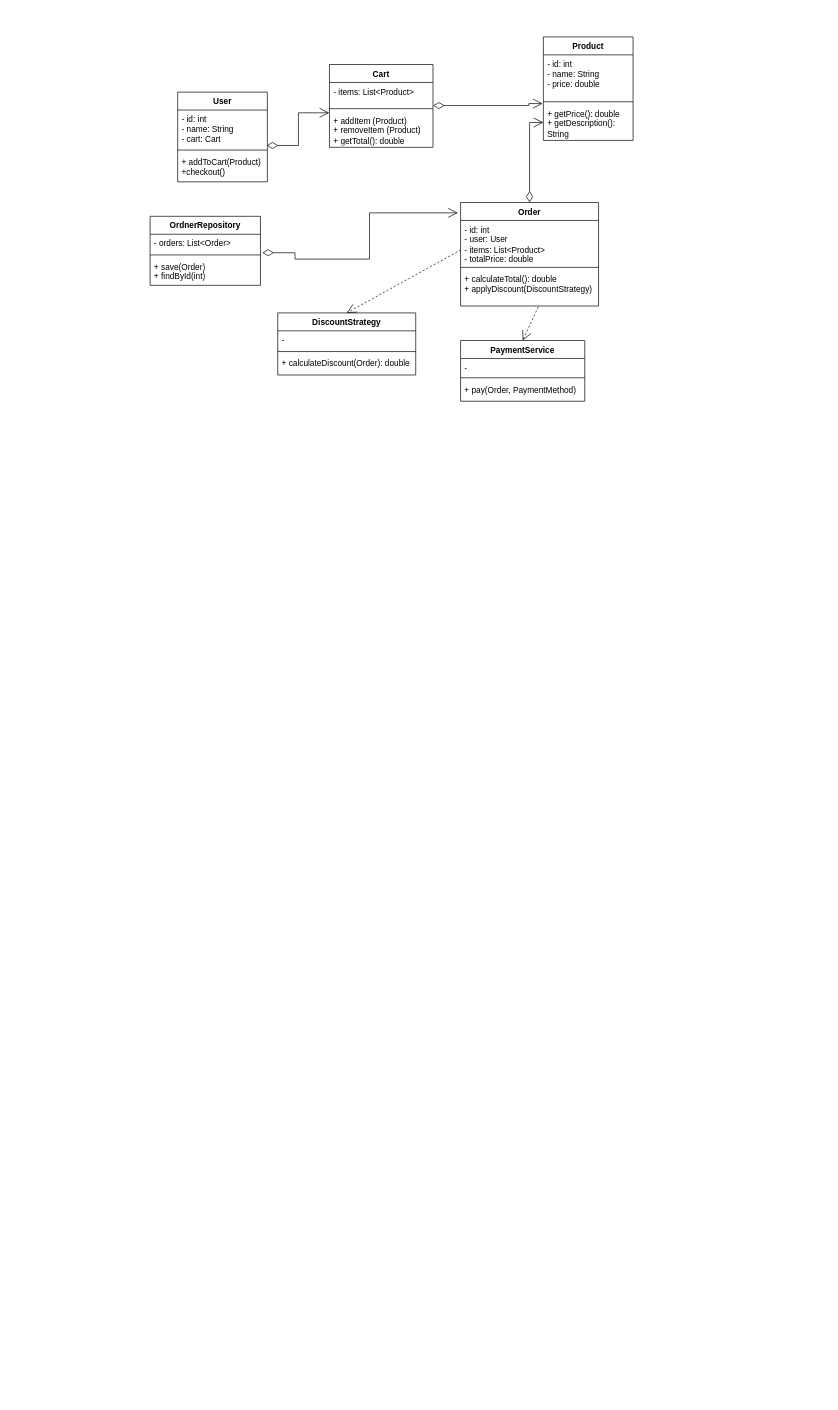
The draw.io diagram ownProjekt-Daphne/M4 - Daphne/UML-Klassdiagramm.drawio in daphne-edutbz/M320_Daphne-McNamara_Lisa-Meergans, before the edit. Source tidied: cells renumbered, new cells numbered last; positions are measured from the earlier drawing's top-left corner, leaving out a move shared by most shapes. Both pictures are drawn from the tidied source at 69%, with x=0, y=0 at pixel (150, 37).
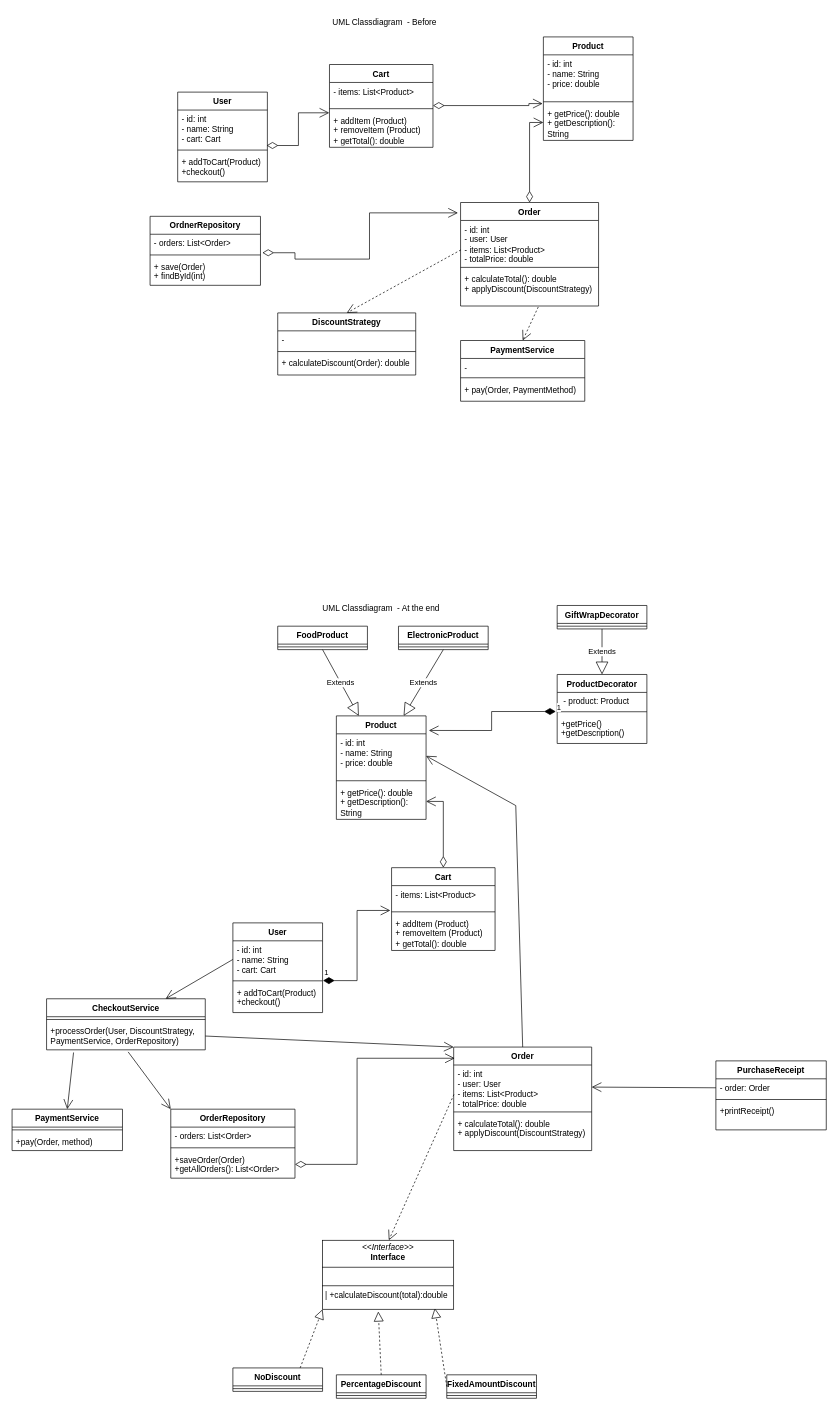
The same page after the edit.

Commit message:
update uml-classdiagram

Change to the diagram source:
```diff
@@
+    <mxCell id="36" value="UML Classdiagram&amp;nbsp; - Before" style="text;html=1;whiteSpace=wrap;strokeColor=none;fillColor=none;align=center;verticalAlign=middle;rounded=0;" parent="1" vertex="1">
+      <mxGeometry x="240" y="-36" width="200" height="30" as="geometry" />
+    </mxCell>
+    <mxCell id="37" value="UML Classdiagram&amp;nbsp; - At the end" style="text;html=1;whiteSpace=wrap;strokeColor=none;fillColor=none;align=center;verticalAlign=middle;rounded=0;" parent="1" vertex="1">
+      <mxGeometry x="235" y="814" width="200" height="30" as="geometry" />
+    </mxCell>
+    <mxCell id="38" value="Product" style="swimlane;fontStyle=1;align=center;verticalAlign=top;horizontal=1;startSize=26;whiteSpace=wrap;html=1;" parent="1" vertex="1">
+      <mxGeometry x="270" y="984" width="130" height="150" as="geometry" />
+    </mxCell>
+    <mxCell id="39" value="- id: int&lt;div&gt;- name: String&lt;/div&gt;&lt;div&gt;- price: double&lt;/div&gt;" style="text;strokeColor=none;fillColor=none;align=left;verticalAlign=top;spacingLeft=4;spacingRight=4;overflow=hidden;points=[[0,0.5],[1,0.5]];portConstraint=eastwest;whiteSpace=wrap;html=1;" parent="38" vertex="1">
+      <mxGeometry y="26" width="130" height="64" as="geometry" />
+    </mxCell>
+    <mxCell id="40" style="line;strokeWidth=1;fillColor=none;align=left;verticalAlign=middle;spacingTop=-1;spacingLeft=3;spacingRight=3;labelPosition=right;strokeColor=inherit;" parent="38" vertex="1">
+      <mxGeometry y="90" width="130" height="8" as="geometry" />
+    </mxCell>
+    <mxCell id="41" value="&lt;div&gt;&lt;span style=&quot;background-color: transparent; color: light-dark(rgb(0, 0, 0), rgb(255, 255, 255));&quot;&gt;+ getPrice(): double&lt;/span&gt;&lt;/div&gt;&lt;div&gt;&lt;span style=&quot;background-color: transparent; color: light-dark(rgb(0, 0, 0), rgb(255, 255, 255));&quot;&gt;+ getDescription(): String&lt;/span&gt;&lt;/div&gt;" style="text;strokeColor=none;fillColor=none;align=left;verticalAlign=top;spacingLeft=4;spacingRight=4;overflow=hidden;points=[[0,0.5],[1,0.5]];portConstraint=eastwest;whiteSpace=wrap;html=1;" parent="38" vertex="1">
+      <mxGeometry y="98" width="130" height="52" as="geometry" />
+    </mxCell>
+    <mxCell id="42" value="Cart" style="swimlane;fontStyle=1;align=center;verticalAlign=top;horizontal=1;startSize=26;whiteSpace=wrap;html=1;" parent="1" vertex="1">
+      <mxGeometry x="350" y="1204" width="150" height="120" as="geometry" />
+    </mxCell>
+    <mxCell id="43" value="- items: List&amp;lt;Product&amp;gt;" style="text;strokeColor=none;fillColor=none;align=left;verticalAlign=top;spacingLeft=4;spacingRight=4;overflow=hidden;points=[[0,0.5],[1,0.5]];portConstraint=eastwest;whiteSpace=wrap;html=1;" parent="42" vertex="1">
+      <mxGeometry y="26" width="150" height="34" as="geometry" />
+    </mxCell>
+    <mxCell id="44" style="line;strokeWidth=1;fillColor=none;align=left;verticalAlign=middle;spacingTop=-1;spacingLeft=3;spacingRight=3;labelPosition=right;strokeColor=inherit;" parent="42" vertex="1">
+      <mxGeometry y="60" width="150" height="8" as="geometry" />
+    </mxCell>
+    <mxCell id="45" value="+ addItem (Product)&lt;div&gt;+ removeItem (Product)&lt;/div&gt;&lt;div&gt;+ getTotal(): double&lt;/div&gt;" style="text;strokeColor=none;fillColor=none;align=left;verticalAlign=top;spacingLeft=4;spacingRight=4;overflow=hidden;whiteSpace=wrap;html=1;" parent="42" vertex="1">
+      <mxGeometry y="68" width="150" height="52" as="geometry" />
+    </mxCell>
+    <mxCell id="46" value="Order" style="swimlane;fontStyle=1;align=center;verticalAlign=top;horizontal=1;startSize=26;whiteSpace=wrap;html=1;" parent="1" vertex="1">
+      <mxGeometry x="440" y="1464" width="200" height="150" as="geometry" />
+    </mxCell>
+    <mxCell id="47" value="&lt;div&gt;- id: int&amp;nbsp;&lt;/div&gt;&lt;div&gt;- user: User&lt;/div&gt;&lt;div&gt;- items: List&amp;lt;Product&amp;gt;&lt;/div&gt;&lt;div&gt;- totalPrice: double&lt;/div&gt;" style="text;strokeColor=none;fillColor=none;align=left;verticalAlign=top;spacingLeft=4;spacingRight=4;overflow=hidden;points=[[0,0.5],[1,0.5]];portConstraint=eastwest;whiteSpace=wrap;html=1;" parent="46" vertex="1">
+      <mxGeometry y="26" width="200" height="64" as="geometry" />
+    </mxCell>
+    <mxCell id="48" style="line;strokeWidth=1;fillColor=none;align=left;verticalAlign=middle;spacingTop=-1;spacingLeft=3;spacingRight=3;labelPosition=right;strokeColor=inherit;" parent="46" vertex="1">
+      <mxGeometry y="90" width="200" height="8" as="geometry" />
+    </mxCell>
+    <mxCell id="49" value="&lt;div&gt;+ calculateTotal(): double&lt;/div&gt;&lt;div&gt;+ applyDiscount(DiscountStrategy)&lt;/div&gt;" style="text;strokeColor=none;fillColor=none;align=left;verticalAlign=top;spacingLeft=4;spacingRight=4;overflow=hidden;whiteSpace=wrap;html=1;" parent="46" vertex="1">
+      <mxGeometry y="98" width="200" height="52" as="geometry" />
+    </mxCell>
+    <mxCell id="50" value="User" style="swimlane;fontStyle=1;align=center;verticalAlign=top;horizontal=1;startSize=26;whiteSpace=wrap;html=1;" parent="1" vertex="1">
+      <mxGeometry x="120" y="1284" width="130" height="130" as="geometry" />
+    </mxCell>
+    <mxCell id="51" value="&lt;div&gt;- id: int&lt;/div&gt;&lt;div&gt;- name: String&lt;/div&gt;&lt;div&gt;- cart: Cart&lt;/div&gt;" style="text;strokeColor=none;fillColor=none;align=left;verticalAlign=top;spacingLeft=4;spacingRight=4;overflow=hidden;points=[[0,0.5],[1,0.5]];portConstraint=eastwest;whiteSpace=wrap;html=1;" parent="50" vertex="1">
+      <mxGeometry y="26" width="130" height="54" as="geometry" />
+    </mxCell>
+    <mxCell id="52" style="line;strokeWidth=1;fillColor=none;align=left;verticalAlign=middle;spacingTop=-1;spacingLeft=3;spacingRight=3;labelPosition=right;strokeColor=inherit;" parent="50" vertex="1">
+      <mxGeometry y="80" width="130" height="8" as="geometry" />
+    </mxCell>
+    <mxCell id="53" value="&lt;div&gt;+ addToCart(Product)&amp;nbsp;&lt;/div&gt;&lt;div&gt;+checkout()&lt;/div&gt;" style="text;strokeColor=none;fillColor=none;align=left;verticalAlign=top;spacingLeft=4;spacingRight=4;overflow=hidden;points=[[0,0.5],[1,0.5]];portConstraint=eastwest;whiteSpace=wrap;html=1;" parent="50" vertex="1">
+      <mxGeometry y="88" width="130" height="42" as="geometry" />
+    </mxCell>
+    <mxCell id="54" style="endArrow=open;endSize=12;dashed=1;html=1;rounded=0;exitX=0.002;exitY=0.667;exitDx=0;exitDy=0;exitPerimeter=0;" parent="1" edge="1" source="47">
+      <mxGeometry relative="1" as="geometry">
+        <mxPoint x="346.2" y="1744" as="targetPoint" />
+        <Array as="points">
+          <mxPoint x="346" y="1744" />
+        </Array>
+      </mxGeometry>
+    </mxCell>
+    <mxCell id="55" style="endArrow=open;html=1;endSize=12;startArrow=diamondThin;startSize=14;startFill=0;edgeStyle=orthogonalEdgeStyle;align=left;verticalAlign=bottom;rounded=0;entryX=0.008;entryY=0.108;entryDx=0;entryDy=0;entryPerimeter=0;exitX=1;exitY=0.5;exitDx=0;exitDy=0;" parent="1" edge="1" source="81" target="46">
+      <mxGeometry x="-1" y="3" relative="1" as="geometry">
+        <Array as="points">
+          <mxPoint x="300" y="1634" />
+          <mxPoint x="300" y="1480" />
+        </Array>
+      </mxGeometry>
+    </mxCell>
+    <mxCell id="56" value="Extends" style="endArrow=block;endSize=16;endFill=0;html=1;rounded=0;exitX=0.5;exitY=1;exitDx=0;exitDy=0;entryX=0.75;entryY=0;entryDx=0;entryDy=0;" parent="1" edge="1" source="57" target="38">
+      <mxGeometry relative="1" as="geometry" />
+    </mxCell>
+    <mxCell id="57" value="ElectronicProduct" style="swimlane;fontStyle=1;align=center;verticalAlign=top;horizontal=1;startSize=26;whiteSpace=wrap;html=1;" parent="1" vertex="1">
+      <mxGeometry x="360" y="854" width="130" height="34" as="geometry" />
+    </mxCell>
+    <mxCell id="58" style="line;strokeWidth=1;fillColor=none;align=left;verticalAlign=middle;spacingTop=-1;spacingLeft=3;spacingRight=3;labelPosition=right;strokeColor=inherit;" parent="57" vertex="1">
+      <mxGeometry y="26" width="130" height="8" as="geometry" />
+    </mxCell>
+    <mxCell id="59" value="Extends" style="endArrow=block;endSize=16;endFill=0;html=1;rounded=0;exitX=0.5;exitY=1;exitDx=0;exitDy=0;entryX=0.25;entryY=0;entryDx=0;entryDy=0;" parent="1" edge="1" source="60" target="38">
+      <mxGeometry relative="1" as="geometry" />
+    </mxCell>
+    <mxCell id="60" value="FoodProduct" style="swimlane;fontStyle=1;align=center;verticalAlign=top;horizontal=1;startSize=26;whiteSpace=wrap;html=1;" parent="1" vertex="1">
+      <mxGeometry x="185" y="854" width="130" height="34" as="geometry" />
+    </mxCell>
+    <mxCell id="61" style="line;strokeWidth=1;fillColor=none;align=left;verticalAlign=middle;spacingTop=-1;spacingLeft=3;spacingRight=3;labelPosition=right;strokeColor=inherit;" parent="60" vertex="1">
+      <mxGeometry y="26" width="130" height="8" as="geometry" />
+    </mxCell>
+    <mxCell id="62" value="Extends" style="endArrow=block;endSize=16;endFill=0;html=1;rounded=0;exitX=0.5;exitY=1;exitDx=0;exitDy=0;" parent="1" edge="1" source="63" target="74">
+      <mxGeometry relative="1" as="geometry" />
+    </mxCell>
+    <mxCell id="63" value="&lt;code&gt;&lt;font face=&quot;Helvetica&quot;&gt;GiftWrapDecorator&lt;/font&gt;&lt;/code&gt;" style="swimlane;fontStyle=1;align=center;verticalAlign=top;horizontal=1;startSize=26;whiteSpace=wrap;html=1;" parent="1" vertex="1">
+      <mxGeometry x="590" y="824" width="130" height="34" as="geometry" />
+    </mxCell>
+    <mxCell id="64" style="line;strokeWidth=1;fillColor=none;align=left;verticalAlign=middle;spacingTop=-1;spacingLeft=3;spacingRight=3;labelPosition=right;strokeColor=inherit;" parent="63" vertex="1">
+      <mxGeometry y="26" width="130" height="8" as="geometry" />
+    </mxCell>
+    <mxCell id="65" style="endArrow=block;dashed=1;endFill=0;endSize=12;html=1;rounded=0;exitX=0.75;exitY=0;exitDx=0;exitDy=0;entryX=0;entryY=1;entryDx=0;entryDy=0;" parent="1" edge="1" source="66" target="101">
+      <mxGeometry relative="1" as="geometry" />
+    </mxCell>
+    <mxCell id="66" value="&lt;code&gt;&lt;font face=&quot;Helvetica&quot;&gt;NoDiscount&lt;/font&gt;&lt;/code&gt;" style="swimlane;fontStyle=1;align=center;verticalAlign=top;horizontal=1;startSize=26;whiteSpace=wrap;html=1;" parent="1" vertex="1">
+      <mxGeometry x="120" y="1929" width="130" height="34" as="geometry" />
+    </mxCell>
+    <mxCell id="67" style="line;strokeWidth=1;fillColor=none;align=left;verticalAlign=middle;spacingTop=-1;spacingLeft=3;spacingRight=3;labelPosition=right;strokeColor=inherit;" parent="66" vertex="1">
+      <mxGeometry y="26" width="130" height="8" as="geometry" />
+    </mxCell>
+    <mxCell id="68" value="&lt;code&gt;&lt;font face=&quot;Helvetica&quot;&gt;PercentageDiscount&lt;/font&gt;&lt;/code&gt;" style="swimlane;fontStyle=1;align=center;verticalAlign=top;horizontal=1;startSize=26;whiteSpace=wrap;html=1;" parent="1" vertex="1">
+      <mxGeometry x="270" y="1939" width="130" height="34" as="geometry" />
+    </mxCell>
+    <mxCell id="69" style="line;strokeWidth=1;fillColor=none;align=left;verticalAlign=middle;spacingTop=-1;spacingLeft=3;spacingRight=3;labelPosition=right;strokeColor=inherit;" parent="68" vertex="1">
+      <mxGeometry y="26" width="130" height="8" as="geometry" />
+    </mxCell>
+    <mxCell id="70" value="&lt;code&gt;&lt;font face=&quot;Helvetica&quot;&gt;FixedAmountDiscount&lt;/font&gt;&lt;/code&gt;" style="swimlane;fontStyle=1;align=center;verticalAlign=top;horizontal=1;startSize=26;whiteSpace=wrap;html=1;" parent="1" vertex="1">
+      <mxGeometry x="430" y="1939" width="130" height="34" as="geometry" />
+    </mxCell>
+    <mxCell id="71" style="line;strokeWidth=1;fillColor=none;align=left;verticalAlign=middle;spacingTop=-1;spacingLeft=3;spacingRight=3;labelPosition=right;strokeColor=inherit;" parent="70" vertex="1">
+      <mxGeometry y="26" width="130" height="8" as="geometry" />
+    </mxCell>
+    <mxCell id="72" style="endArrow=block;dashed=1;endFill=0;endSize=12;html=1;rounded=0;entryX=0.425;entryY=1.032;entryDx=0;entryDy=0;exitX=0.5;exitY=0;exitDx=0;exitDy=0;entryPerimeter=0;" parent="1" edge="1" source="68" target="101">
+      <mxGeometry relative="1" as="geometry" />
+    </mxCell>
+    <mxCell id="73" style="endArrow=block;dashed=1;endFill=0;endSize=12;html=1;rounded=0;exitX=0;exitY=0.5;exitDx=0;exitDy=0;entryX=0.856;entryY=0.984;entryDx=0;entryDy=0;entryPerimeter=0;" parent="1" edge="1" source="70" target="101">
+      <mxGeometry relative="1" as="geometry" />
+    </mxCell>
+    <mxCell id="74" value="ProductDecorator" style="swimlane;fontStyle=1;align=center;verticalAlign=top;horizontal=1;startSize=26;whiteSpace=wrap;html=1;" parent="1" vertex="1">
+      <mxGeometry x="590" y="924" width="130" height="100" as="geometry" />
+    </mxCell>
+    <mxCell id="75" value="&lt;div&gt;&amp;nbsp;- product: Product&amp;nbsp; &amp;nbsp;&lt;/div&gt;" style="text;strokeColor=none;fillColor=none;align=left;verticalAlign=top;spacingLeft=4;spacingRight=4;overflow=hidden;whiteSpace=wrap;html=1;" parent="74" vertex="1">
+      <mxGeometry y="26" width="130" height="24" as="geometry" />
+    </mxCell>
+    <mxCell id="76" style="line;strokeWidth=1;fillColor=none;align=left;verticalAlign=middle;spacingTop=-1;spacingLeft=3;spacingRight=3;labelPosition=right;strokeColor=inherit;" parent="74" vertex="1">
+      <mxGeometry y="50" width="130" height="8" as="geometry" />
+    </mxCell>
+    <mxCell id="77" value="&lt;div&gt;+getPrice()&amp;nbsp; &amp;nbsp; &lt;span style=&quot;background-color: transparent; color: light-dark(rgb(0, 0, 0), rgb(255, 255, 255));&quot;&gt;+getDescription()&amp;nbsp;&lt;/span&gt;&lt;/div&gt;" style="text;strokeColor=none;fillColor=none;align=left;verticalAlign=top;spacingLeft=4;spacingRight=4;overflow=hidden;points=[[0,0.5],[1,0.5]];portConstraint=eastwest;whiteSpace=wrap;html=1;" parent="74" vertex="1">
+      <mxGeometry y="58" width="130" height="42" as="geometry" />
+    </mxCell>
+    <mxCell id="78" value="OrderRepository" style="swimlane;fontStyle=1;align=center;verticalAlign=top;horizontal=1;startSize=26;whiteSpace=wrap;html=1;" parent="1" vertex="1">
+      <mxGeometry x="30" y="1554" width="180" height="100" as="geometry" />
+    </mxCell>
+    <mxCell id="79" value="&lt;div&gt;- orders: List&amp;lt;Order&amp;gt;&lt;/div&gt;&lt;div&gt;&lt;br&gt;&lt;/div&gt;" style="text;strokeColor=none;fillColor=none;align=left;verticalAlign=top;spacingLeft=4;spacingRight=4;overflow=hidden;whiteSpace=wrap;html=1;" parent="78" vertex="1">
+      <mxGeometry y="26" width="180" height="26" as="geometry" />
+    </mxCell>
+    <mxCell id="80" style="line;strokeWidth=1;fillColor=none;align=left;verticalAlign=middle;spacingTop=-1;spacingLeft=3;spacingRight=3;labelPosition=right;strokeColor=inherit;" parent="78" vertex="1">
+      <mxGeometry y="52" width="180" height="8" as="geometry" />
+    </mxCell>
+    <mxCell id="81" value="+saveOrder(Order)&amp;nbsp;&lt;div&gt;&lt;span style=&quot;color: light-dark(rgb(0, 0, 0), rgb(255, 255, 255)); background-color: transparent;&quot;&gt;+getAllOrders(): List&amp;lt;Order&amp;gt;&lt;/span&gt;&lt;/div&gt;" style="text;strokeColor=none;fillColor=none;align=left;verticalAlign=top;spacingLeft=4;spacingRight=4;overflow=hidden;points=[[0,0.5],[1,0.5]];portConstraint=eastwest;whiteSpace=wrap;html=1;" parent="78" vertex="1">
+      <mxGeometry y="60" width="180" height="40" as="geometry" />
+    </mxCell>
+    <mxCell id="82" value="PaymentService" style="swimlane;fontStyle=1;align=center;verticalAlign=top;horizontal=1;startSize=26;whiteSpace=wrap;html=1;" parent="1" vertex="1">
+      <mxGeometry x="-200" y="1554" width="160" height="60" as="geometry" />
+    </mxCell>
+    <mxCell id="83" style="line;strokeWidth=1;fillColor=none;align=left;verticalAlign=middle;spacingTop=-1;spacingLeft=3;spacingRight=3;labelPosition=right;strokeColor=inherit;" parent="82" vertex="1">
+      <mxGeometry y="26" width="160" height="8" as="geometry" />
+    </mxCell>
+    <mxCell id="84" value="+pay(Order, method)" style="text;strokeColor=none;fillColor=none;align=left;verticalAlign=top;spacingLeft=4;spacingRight=4;overflow=hidden;whiteSpace=wrap;html=1;" parent="82" vertex="1">
+      <mxGeometry y="34" width="160" height="26" as="geometry" />
+    </mxCell>
+    <mxCell id="85" value="CheckoutService" style="swimlane;fontStyle=1;align=center;verticalAlign=top;horizontal=1;startSize=26;whiteSpace=wrap;html=1;" parent="1" vertex="1">
+      <mxGeometry x="-150" y="1394" width="230" height="74" as="geometry" />
+    </mxCell>
+    <mxCell id="86" style="line;strokeWidth=1;fillColor=none;align=left;verticalAlign=middle;spacingTop=-1;spacingLeft=3;spacingRight=3;labelPosition=right;strokeColor=inherit;" parent="85" vertex="1">
+      <mxGeometry y="26" width="230" height="8" as="geometry" />
+    </mxCell>
+    <mxCell id="87" value="+processOrder(User, DiscountStrategy, PaymentService, OrderRepository)" style="text;strokeColor=none;fillColor=none;align=left;verticalAlign=top;spacingLeft=4;spacingRight=4;overflow=hidden;points=[[0,0.5],[1,0.5]];portConstraint=eastwest;whiteSpace=wrap;html=1;" parent="85" vertex="1">
+      <mxGeometry y="34" width="230" height="40" as="geometry" />
+    </mxCell>
+    <mxCell id="88" value="1" style="endArrow=open;html=1;endSize=12;startArrow=diamondThin;startSize=14;startFill=1;edgeStyle=orthogonalEdgeStyle;align=left;verticalAlign=bottom;rounded=0;exitX=1.005;exitY=-0.103;exitDx=0;exitDy=0;exitPerimeter=0;entryX=-0.012;entryY=1.059;entryDx=0;entryDy=0;entryPerimeter=0;" parent="1" edge="1" source="53" target="43">
+      <mxGeometry x="-1" y="3" relative="1" as="geometry" />
+    </mxCell>
+    <mxCell id="89" style="endArrow=open;html=1;endSize=12;startArrow=diamondThin;startSize=14;startFill=0;edgeStyle=orthogonalEdgeStyle;align=left;verticalAlign=bottom;rounded=0;exitX=0.5;exitY=0;exitDx=0;exitDy=0;entryX=1;entryY=0.5;entryDx=0;entryDy=0;" parent="1" edge="1" source="42" target="41">
+      <mxGeometry x="-1" y="3" relative="1" as="geometry" />
+    </mxCell>
+    <mxCell id="90" style="endArrow=open;endFill=1;endSize=12;html=1;rounded=0;exitX=0;exitY=0.5;exitDx=0;exitDy=0;entryX=0.75;entryY=0;entryDx=0;entryDy=0;" parent="1" edge="1" source="51" target="85">
+      <mxGeometry relative="1" as="geometry" />
+    </mxCell>
+    <mxCell id="91" style="endArrow=open;endFill=1;endSize=12;html=1;rounded=0;exitX=0.17;exitY=1.096;exitDx=0;exitDy=0;entryX=0.5;entryY=0;entryDx=0;entryDy=0;exitPerimeter=0;" parent="1" edge="1" source="87" target="82">
+      <mxGeometry relative="1" as="geometry" />
+    </mxCell>
+    <mxCell id="92" style="endArrow=open;endFill=1;endSize=12;html=1;rounded=0;exitX=0.514;exitY=1.075;exitDx=0;exitDy=0;exitPerimeter=0;entryX=0;entryY=0;entryDx=0;entryDy=0;" parent="1" edge="1" source="87" target="78">
+      <mxGeometry relative="1" as="geometry" />
+    </mxCell>
+    <mxCell id="93" style="endArrow=open;endFill=1;endSize=12;html=1;rounded=0;exitX=1;exitY=0.5;exitDx=0;exitDy=0;entryX=0;entryY=0;entryDx=0;entryDy=0;" parent="1" edge="1" source="87" target="46">
+      <mxGeometry relative="1" as="geometry" />
+    </mxCell>
+    <mxCell id="94" value="1" style="endArrow=open;html=1;endSize=12;startArrow=diamondThin;startSize=14;startFill=1;edgeStyle=orthogonalEdgeStyle;align=left;verticalAlign=bottom;rounded=0;exitX=-0.015;exitY=-0.103;exitDx=0;exitDy=0;exitPerimeter=0;entryX=1.031;entryY=0.141;entryDx=0;entryDy=0;entryPerimeter=0;" parent="1" edge="1" source="77" target="38">
+      <mxGeometry x="-1" y="3" relative="1" as="geometry" />
+    </mxCell>
+    <mxCell id="95" style="endArrow=open;endFill=1;endSize=12;html=1;rounded=0;exitX=0.5;exitY=0;exitDx=0;exitDy=0;entryX=1;entryY=0.5;entryDx=0;entryDy=0;" parent="1" edge="1" source="46" target="39">
+      <mxGeometry relative="1" as="geometry">
+        <Array as="points">
+          <mxPoint x="530" y="1114" />
+        </Array>
+      </mxGeometry>
+    </mxCell>
+    <mxCell id="96" value="PurchaseReceipt" style="swimlane;fontStyle=1;align=center;verticalAlign=top;horizontal=1;startSize=26;whiteSpace=wrap;html=1;" parent="1" vertex="1">
+      <mxGeometry x="820" y="1484" width="160" height="100" as="geometry" />
+    </mxCell>
+    <mxCell id="97" value="&lt;div&gt;&lt;div&gt;- order: Order&amp;nbsp;&lt;/div&gt;&lt;/div&gt;" style="text;strokeColor=none;fillColor=none;align=left;verticalAlign=top;spacingLeft=4;spacingRight=4;overflow=hidden;points=[[0,0.5],[1,0.5]];portConstraint=eastwest;whiteSpace=wrap;html=1;" parent="96" vertex="1">
+      <mxGeometry y="26" width="160" height="26" as="geometry" />
+    </mxCell>
+    <mxCell id="98" style="line;strokeWidth=1;fillColor=none;align=left;verticalAlign=middle;spacingTop=-1;spacingLeft=3;spacingRight=3;labelPosition=right;strokeColor=inherit;" parent="96" vertex="1">
+      <mxGeometry y="52" width="160" height="8" as="geometry" />
+    </mxCell>
+    <mxCell id="99" value="+printReceipt()" style="text;strokeColor=none;fillColor=none;align=left;verticalAlign=top;spacingLeft=4;spacingRight=4;overflow=hidden;whiteSpace=wrap;html=1;" parent="96" vertex="1">
+      <mxGeometry y="60" width="160" height="40" as="geometry" />
+    </mxCell>
+    <mxCell id="100" style="endArrow=open;endFill=1;endSize=12;html=1;rounded=0;exitX=0;exitY=0.5;exitDx=0;exitDy=0;entryX=1;entryY=0.5;entryDx=0;entryDy=0;" parent="1" edge="1" source="97" target="47">
+      <mxGeometry relative="1" as="geometry" />
+    </mxCell>
+    <mxCell id="101" value="&lt;p style=&quot;margin:0px;margin-top:4px;text-align:center;&quot;&gt;&lt;i&gt;&amp;lt;&amp;lt;Interface&amp;gt;&amp;gt;&lt;/i&gt;&lt;br&gt;&lt;b&gt;Interface&lt;/b&gt;&lt;/p&gt;&lt;hr size=&quot;1&quot; style=&quot;border-style:solid;&quot;&gt;&lt;p style=&quot;margin:0px;margin-left:4px;&quot;&gt;&lt;br&gt;&lt;/p&gt;&lt;hr size=&quot;1&quot; style=&quot;border-style:solid;&quot;&gt;&lt;p style=&quot;margin:0px;margin-left:4px;&quot;&gt;| +calculateDiscount(total):double&lt;/p&gt;&lt;div&gt;&lt;br&gt;&lt;/div&gt;" style="verticalAlign=top;align=left;overflow=fill;html=1;whiteSpace=wrap;" parent="1" vertex="1">
+      <mxGeometry x="250" y="1744" width="190" height="100" as="geometry" />
+    </mxCell>
```
